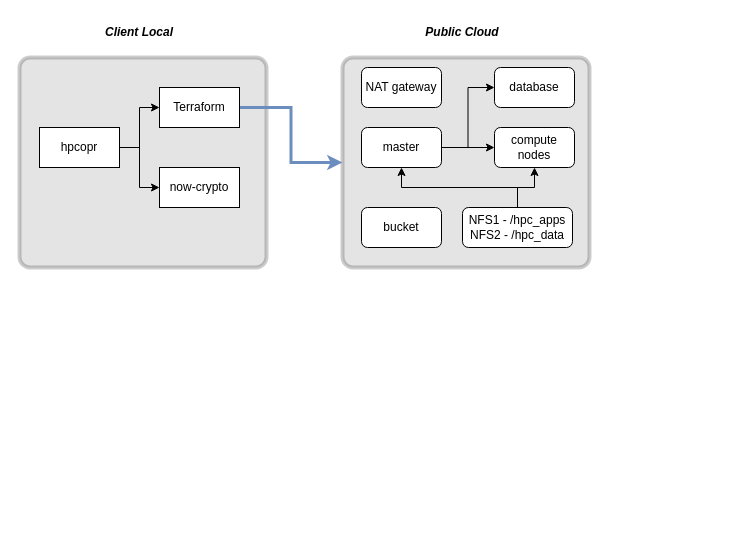
Earlier version of the draw.io diagram page "第 1 页" (1 of 2) of arch.drawio (zhenrong-wang/hpc-now). Source tidied: cells renumbered, new cells numbered last; positions are measured from the earlier drawing's top-left corner, leaving out a move shared by most shapes. Both pictures are drawn from the tidied source at 100%, with x=0, y=0 at pixel (19, 17).
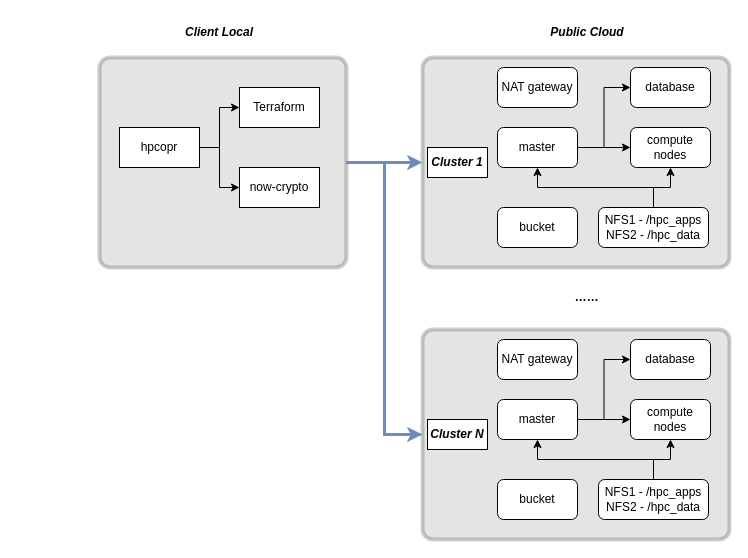
After the change.

The edit, as a diff of the source:
```diff
@@
     <mxCell id="2" style="rounded=1;whiteSpace=wrap;html=1;strokeWidth=4;fillColor=#787878;opacity=20;arcSize=5;" parent="1" vertex="1">
-      <mxGeometry x="323" y="40" width="247" height="210" as="geometry" />
+      <mxGeometry x="403" y="40" width="307" height="210" as="geometry" />
     </mxCell>
+    <mxCell id="22" style="edgeStyle=orthogonalEdgeStyle;rounded=0;jettySize=auto;html=1;exitX=1;exitY=0.5;exitDx=0;exitDy=0;entryX=0;entryY=0.5;entryDx=0;entryDy=0;strokeWidth=3;strokeColor=#6c8ebf;fillColor=#dae8fc;" parent="1" edge="1" source="3" target="24">
+      <mxGeometry relative="1" as="geometry" />
+    </mxCell>
     <mxCell id="3" style="rounded=1;whiteSpace=wrap;html=1;strokeWidth=4;fillColor=#787878;opacity=20;arcSize=5;" parent="1" vertex="1">
-      <mxGeometry y="40" width="247" height="210" as="geometry" />
+      <mxGeometry x="80" y="40" width="247" height="210" as="geometry" />
     </mxCell>
@@
     <mxCell id="6" value="hpcopr" style="rounded=0;whiteSpace=wrap;html=1;" parent="1" vertex="1">
-      <mxGeometry x="20" y="110" width="80" height="40" as="geometry" />
+      <mxGeometry x="100" y="110" width="80" height="40" as="geometry" />
     </mxCell>
     <mxCell id="7" value="now-crypto" style="rounded=0;whiteSpace=wrap;html=1;" parent="1" vertex="1">
-      <mxGeometry x="140" y="150" width="80" height="40" as="geometry" />
+      <mxGeometry x="220" y="150" width="80" height="40" as="geometry" />
     </mxCell>
-    <mxCell id="8" style="edgeStyle=orthogonalEdgeStyle;rounded=0;jettySize=auto;html=1;exitX=1;exitY=0.5;exitDx=0;exitDy=0;entryX=0;entryY=0.5;entryDx=0;entryDy=0;fillColor=#dae8fc;strokeColor=#6c8ebf;strokeWidth=3;" parent="1" edge="1" source="9" target="2">
+    <mxCell id="8" style="edgeStyle=orthogonalEdgeStyle;rounded=0;jettySize=auto;html=1;exitX=1;exitY=0.5;exitDx=0;exitDy=0;entryX=0;entryY=0.5;entryDx=0;entryDy=0;fillColor=#dae8fc;strokeColor=#6c8ebf;strokeWidth=3;" parent="1" edge="1" source="3" target="2">
       <mxGeometry relative="1" as="geometry" />
     </mxCell>
     <mxCell id="9" value="Terraform" style="rounded=0;whiteSpace=wrap;html=1;" parent="1" vertex="1">
-      <mxGeometry x="140" y="70" width="80" height="40" as="geometry" />
+      <mxGeometry x="220" y="70" width="80" height="40" as="geometry" />
     </mxCell>
     <mxCell id="10" value="Client Local" style="text;html=1;strokeColor=none;fillColor=none;align=center;verticalAlign=middle;whiteSpace=wrap;rounded=0;fontStyle=3;" parent="1" vertex="1">
-      <mxGeometry x="20" width="200" height="30" as="geometry" />
+      <mxGeometry x="100" width="200" height="30" as="geometry" />
     </mxCell>
@@
     <mxCell id="13" value="master" style="rounded=1;whiteSpace=wrap;html=1;" parent="1" vertex="1">
-      <mxGeometry x="342" y="110" width="80" height="40" as="geometry" />
+      <mxGeometry x="478" y="110" width="80" height="40" as="geometry" />
     </mxCell>
     <mxCell id="14" value="database" style="rounded=1;whiteSpace=wrap;html=1;" parent="1" vertex="1">
-      <mxGeometry x="475" y="50" width="80" height="40" as="geometry" />
+      <mxGeometry x="611" y="50" width="80" height="40" as="geometry" />
     </mxCell>
     <mxCell id="15" value="NAT gateway" style="rounded=1;whiteSpace=wrap;html=1;" parent="1" vertex="1">
-      <mxGeometry x="342" y="50" width="80" height="40" as="geometry" />
+      <mxGeometry x="478" y="50" width="80" height="40" as="geometry" />
     </mxCell>
     <mxCell id="16" value="compute nodes" style="rounded=1;whiteSpace=wrap;html=1;" parent="1" vertex="1">
-      <mxGeometry x="475" y="110" width="80" height="40" as="geometry" />
+      <mxGeometry x="611" y="110" width="80" height="40" as="geometry" />
     </mxCell>
@@
     <mxCell id="19" value="NFS1 - /hpc_apps&lt;br&gt;NFS2 - /hpc_data" style="rounded=1;whiteSpace=wrap;html=1;" parent="1" vertex="1">
-      <mxGeometry x="443" y="190" width="110" height="40" as="geometry" />
+      <mxGeometry x="579" y="190" width="110" height="40" as="geometry" />
     </mxCell>
     <mxCell id="20" value="Public Cloud" style="text;html=1;strokeColor=none;fillColor=none;align=center;verticalAlign=middle;whiteSpace=wrap;rounded=0;fontStyle=3;" parent="1" vertex="1">
-      <mxGeometry x="343" width="200" height="30" as="geometry" />
+      <mxGeometry x="468" width="200" height="30" as="geometry" />
     </mxCell>
     <mxCell id="21" value="bucket" style="rounded=1;whiteSpace=wrap;html=1;" parent="1" vertex="1">
-      <mxGeometry x="342" y="190" width="80" height="40" as="geometry" />
+      <mxGeometry x="478" y="190" width="80" height="40" as="geometry" />
     </mxCell>
+    <mxCell id="23" value="Cluster 1" style="text;html=1;strokeColor=default;fillColor=default;align=center;verticalAlign=middle;whiteSpace=wrap;rounded=0;fontStyle=3;" parent="1" vertex="1">
+      <mxGeometry x="408" y="130" width="60" height="30" as="geometry" />
+    </mxCell>
+    <mxCell id="24" style="rounded=1;whiteSpace=wrap;html=1;strokeWidth=4;fillColor=#787878;opacity=20;arcSize=5;" parent="1" vertex="1">
+      <mxGeometry x="403" y="312" width="307" height="210" as="geometry" />
+    </mxCell>
+    <mxCell id="25" style="edgeStyle=orthogonalEdgeStyle;rounded=0;jettySize=auto;html=1;exitX=1;exitY=0.5;exitDx=0;exitDy=0;entryX=0;entryY=0.5;entryDx=0;entryDy=0;" parent="1" edge="1" source="27" target="28">
+      <mxGeometry relative="1" as="geometry" />
+    </mxCell>
+    <mxCell id="26" style="edgeStyle=orthogonalEdgeStyle;rounded=0;jettySize=auto;html=1;exitX=1;exitY=0.5;exitDx=0;exitDy=0;entryX=0;entryY=0.5;entryDx=0;entryDy=0;" parent="1" edge="1" source="27" target="30">
+      <mxGeometry relative="1" as="geometry" />
+    </mxCell>
+    <mxCell id="27" value="master" style="rounded=1;whiteSpace=wrap;html=1;" parent="1" vertex="1">
+      <mxGeometry x="478" y="382" width="80" height="40" as="geometry" />
+    </mxCell>
+    <mxCell id="28" value="database" style="rounded=1;whiteSpace=wrap;html=1;" parent="1" vertex="1">
+      <mxGeometry x="611" y="322" width="80" height="40" as="geometry" />
+    </mxCell>
+    <mxCell id="29" value="NAT gateway" style="rounded=1;whiteSpace=wrap;html=1;" parent="1" vertex="1">
+      <mxGeometry x="478" y="322" width="80" height="40" as="geometry" />
+    </mxCell>
+    <mxCell id="30" value="compute nodes" style="rounded=1;whiteSpace=wrap;html=1;" parent="1" vertex="1">
+      <mxGeometry x="611" y="382" width="80" height="40" as="geometry" />
+    </mxCell>
+    <mxCell id="31" style="edgeStyle=orthogonalEdgeStyle;rounded=0;jettySize=auto;html=1;exitX=0.5;exitY=0;exitDx=0;exitDy=0;entryX=0.5;entryY=1;entryDx=0;entryDy=0;" parent="1" edge="1" source="33" target="27">
+      <mxGeometry relative="1" as="geometry" />
+    </mxCell>
+    <mxCell id="32" style="edgeStyle=orthogonalEdgeStyle;rounded=0;jettySize=auto;html=1;exitX=0.5;exitY=0;exitDx=0;exitDy=0;entryX=0.5;entryY=1;entryDx=0;entryDy=0;" parent="1" edge="1" source="33" target="30">
+      <mxGeometry relative="1" as="geometry" />
+    </mxCell>
+    <mxCell id="33" value="NFS1 - /hpc_apps&lt;br&gt;NFS2 - /hpc_data" style="rounded=1;whiteSpace=wrap;html=1;" parent="1" vertex="1">
+      <mxGeometry x="579" y="462" width="110" height="40" as="geometry" />
+    </mxCell>
+    <mxCell id="34" value="bucket" style="rounded=1;whiteSpace=wrap;html=1;" parent="1" vertex="1">
+      <mxGeometry x="478" y="462" width="80" height="40" as="geometry" />
+    </mxCell>
+    <mxCell id="35" value="Cluster N" style="text;html=1;strokeColor=default;fillColor=default;align=center;verticalAlign=middle;whiteSpace=wrap;rounded=0;fontStyle=3;" parent="1" vertex="1">
+      <mxGeometry x="408" y="402" width="60" height="30" as="geometry" />
+    </mxCell>
+    <mxCell id="36" value="……" style="text;html=1;strokeColor=none;fillColor=none;align=center;verticalAlign=middle;whiteSpace=wrap;rounded=0;fontStyle=3;" parent="1" vertex="1">
+      <mxGeometry x="468" y="265" width="200" height="30" as="geometry" />
+    </mxCell>
```
